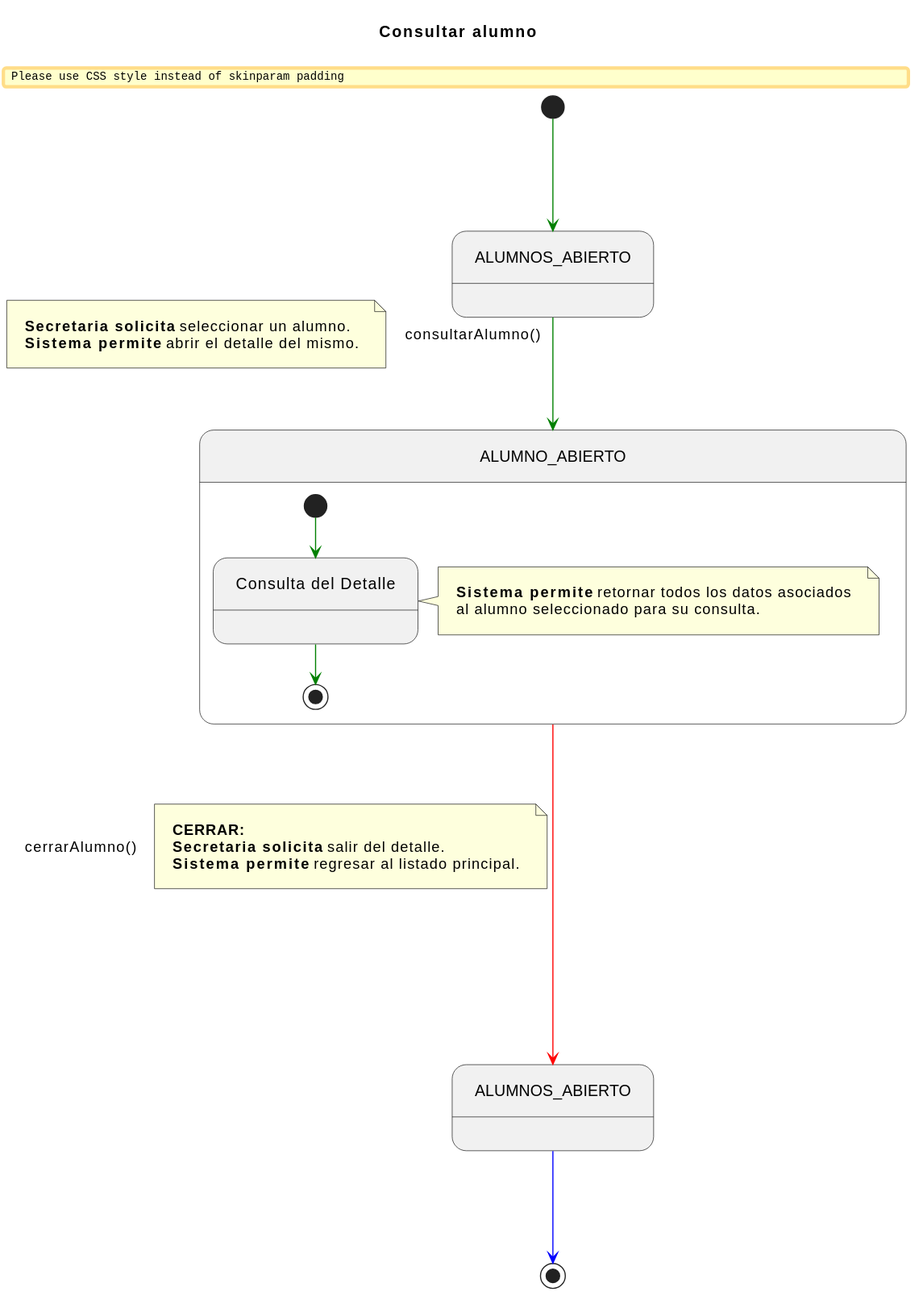
Earlier version of the PlantUML export documents/CasosDeUso/DetalladoCasosDeUso/Secretaria/consultarDetalleAlumno.svg (enmabry/25-26-IdSw1-SdR). Its diagram source:
```plantuml
@startuml
title Consultar alumno

skinparam nodesep 100
skinparam ranksep 100
skinparam linetype ortho
skinparam Padding 10

state ALUMNOS_ABIERTO_INICIAL   as "ALUMNOS_ABIERTO"
state ALUMNO_ABIERTO_COMP       as "ALUMNO_ABIERTO"
state ALUMNOS_ABIERTO_FINAL     as "ALUMNOS_ABIERTO"

[*] -[#green]-> ALUMNOS_ABIERTO_INICIAL

ALUMNOS_ABIERTO_INICIAL -[#green]-> ALUMNO_ABIERTO_COMP : consultarAlumno()
note left on link
    <b>Secretaria solicita</b> seleccionar un alumno.
    <b>Sistema permite</b> abrir el detalle del mismo.
end note

state ALUMNO_ABIERTO_COMP {
    state ConsultaDetalle as "Consulta del Detalle"

    [*] -[#green]-> ConsultaDetalle

    note right of ConsultaDetalle
        <b>Sistema permite</b> retornar todos los datos asociados
        al alumno seleccionado para su consulta.
    end note

    ConsultaDetalle -[#green]-> [*]
}


ALUMNO_ABIERTO_COMP -[#red]---> ALUMNOS_ABIERTO_FINAL : cerrarAlumno()
note right on link
    <b>CERRAR:</b>
    <b>Secretaria solicita</b> salir del detalle.
    <b>Sistema permite</b> regresar al listado principal.
end note

ALUMNOS_ABIERTO_FINAL -[#blue]-> [*]
@enduml
```
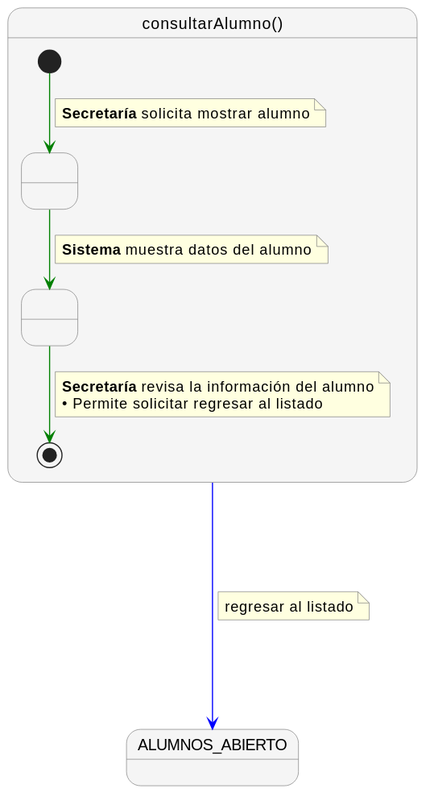
The same file after the commit.

Diff of the diagram source:
```diff
@@ -1,43 +1,38 @@
 @startuml
-title Consultar alumno
+skinparam nodesep 60
+skinparam ranksep 60
+skinparam linetype polyline
+skinparam NoteBackgroundColor lightyellow
+skinparam NoteBorderColor gray
+skinparam StateBackgroundColor #F5F5F5
+skinparam StateBorderColor gray
 
-skinparam nodesep 100
-skinparam ranksep 100
-skinparam linetype ortho
-skinparam Padding 10
+state "consultarAlumno()" as consultarAlumno {
 
-state ALUMNOS_ABIERTO_INICIAL   as "ALUMNOS_ABIERTO"
-state ALUMNO_ABIERTO_COMP       as "ALUMNO_ABIERTO"
-state ALUMNOS_ABIERTO_FINAL     as "ALUMNOS_ABIERTO"
+    state " " as Paso1
+    state " " as Paso2
 
-[*] -[#green]-> ALUMNOS_ABIERTO_INICIAL
-
-ALUMNOS_ABIERTO_INICIAL -[#green]-> ALUMNO_ABIERTO_COMP : consultarAlumno()
-note left on link
-    <b>Secretaria solicita</b> seleccionar un alumno.
-    <b>Sistema permite</b> abrir el detalle del mismo.
-end note
-
-state ALUMNO_ABIERTO_COMP {
-    state ConsultaDetalle as "Consulta del Detalle"
-
-    [*] -[#green]-> ConsultaDetalle
-
-    note right of ConsultaDetalle
-        <b>Sistema permite</b> retornar todos los datos asociados
-        al alumno seleccionado para su consulta.
+    [*] -[#green]-> Paso1
+    note on link
+      <b>Secretaría</b> solicita mostrar alumno
     end note
 
-    ConsultaDetalle -[#green]-> [*]
+    Paso1 -[#green]-> Paso2
+    note on link
+      <b>Sistema</b> muestra datos del alumno
+    end note
+
+    Paso2 -[#green]-> [*]
+    note on link
+      <b>Secretaría</b> revisa la información del alumno
+      • Permite solicitar regresar al listado
+    end note
 }
 
+state "ALUMNOS_ABIERTO" as ALUMNOS_ABIERTO
 
-ALUMNO_ABIERTO_COMP -[#red]---> ALUMNOS_ABIERTO_FINAL : cerrarAlumno()
+consultarAlumno -[#blue]---> ALUMNOS_ABIERTO
 note right on link
-    <b>CERRAR:</b>
-    <b>Secretaria solicita</b> salir del detalle.
-    <b>Sistema permite</b> regresar al listado principal.
+  regresar al listado
 end note
-
-ALUMNOS_ABIERTO_FINAL -[#blue]-> [*]
 @enduml
```
